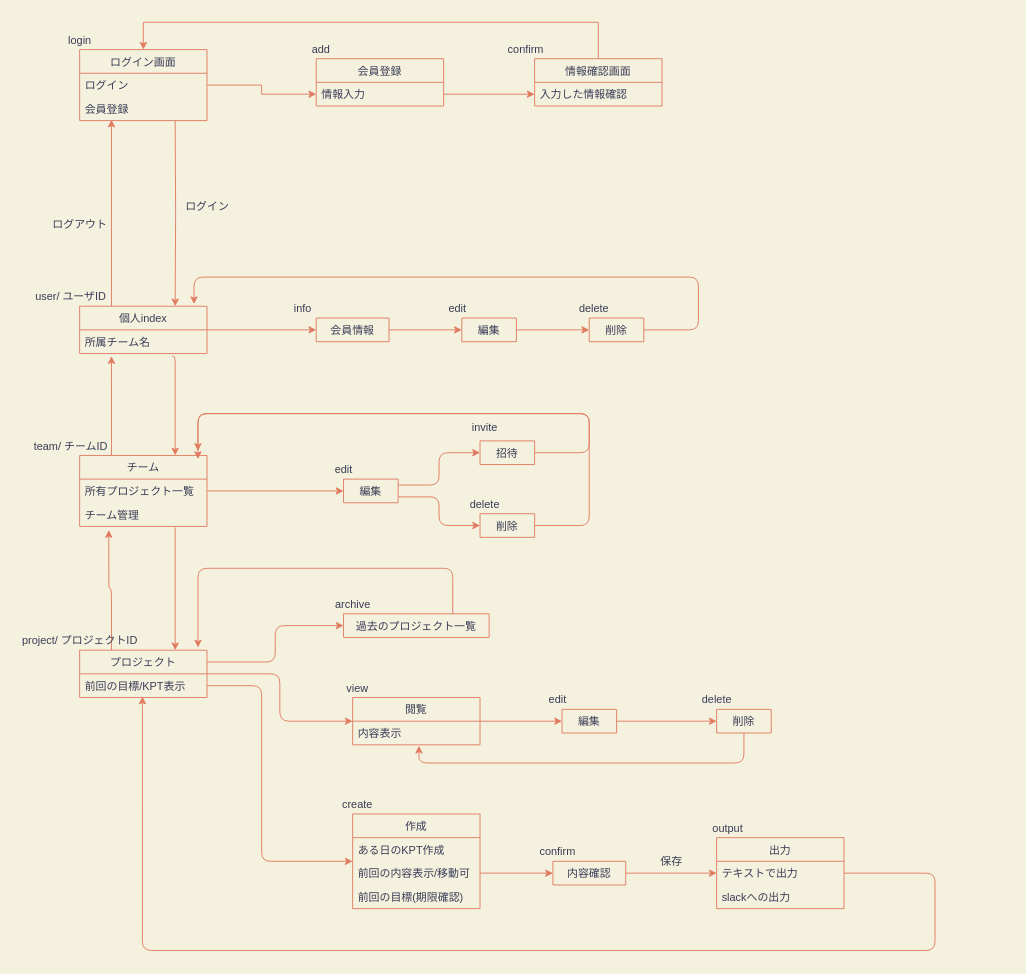
nanas773/kpt-design keeps this draw.io diagram as screen_transition.drawio. Above is the earlier version. Source tidied: cells renumbered, new cells numbered last; positions are measured from the earlier drawing's top-left corner, leaving out a move shared by most shapes. Both pictures are drawn from the tidied source at 91%, with x=0, y=0 at pixel (15, 22).
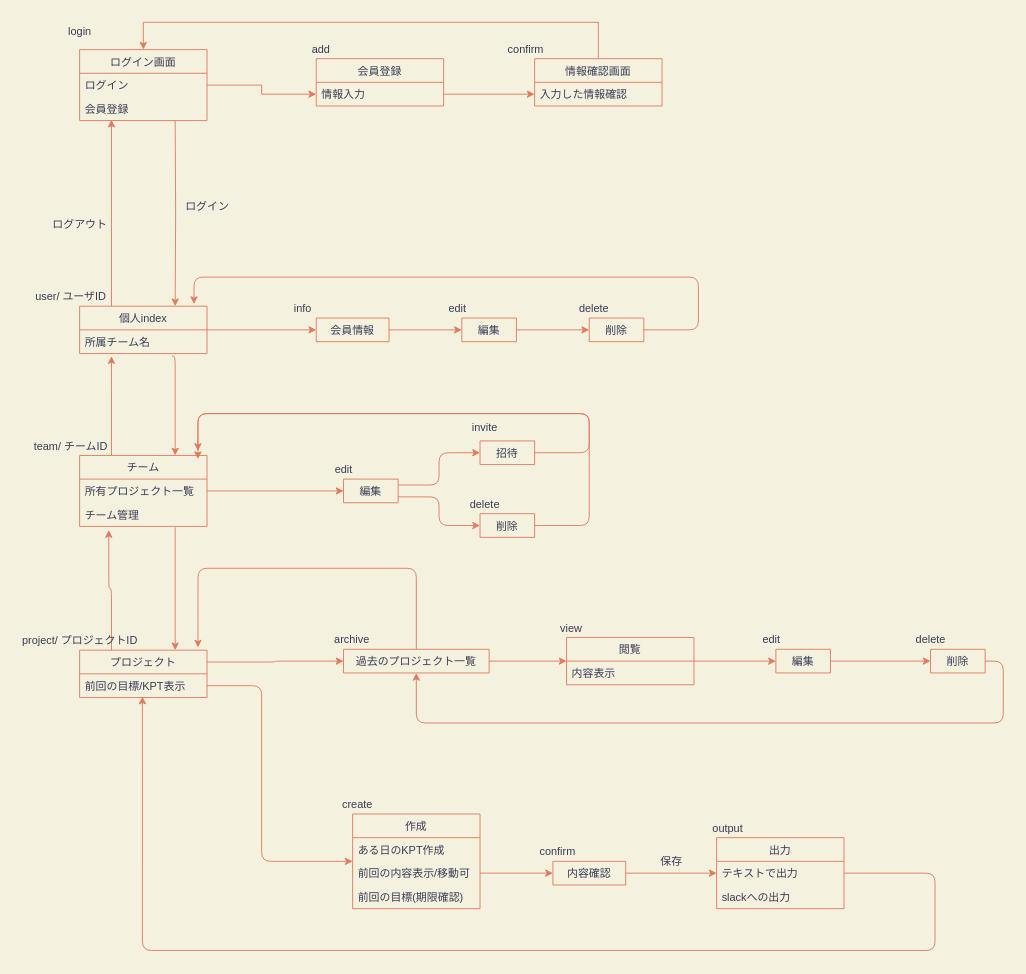
After the change.

Commit message:
Fix: プロジェクトのview, edit, deleteをarchive配下に変更

The change refers to these unchanged cells:
```xml
<mxCell id="21" value="プロジェクト" style="swimlane;fontStyle=0;horizontal=1;startSize=26;fillColor=none;strokeColor=#E07A5F;fontColor=#393C56;" parent="1" vertex="1">
  <mxGeometry x="70" y="690" width="140" height="52" as="geometry" />
</mxCell>
<mxCell id="32" value="内容表示" style="text;strokeColor=none;fillColor=none;align=left;verticalAlign=top;spacingLeft=4;spacingRight=4;overflow=hidden;points=[[0,0.5],[1,0.5]];portConstraint=eastwest;fontColor=#393C56;" parent="31" vertex="1">
  <mxGeometry y="26" width="140" height="26" as="geometry" />
</mxCell>
```

Change to the diagram source:
```diff
@@
-    <mxCell id="19" style="edgeStyle=orthogonalEdgeStyle;curved=0;rounded=1;sketch=0;jettySize=auto;html=1;exitX=1;exitY=0.5;exitDx=0;exitDy=0;entryX=0;entryY=0.5;entryDx=0;entryDy=0;strokeColor=#E07A5F;fillColor=#F2CC8F;fontColor=#393C56;labelBackgroundColor=#F4F1DE;" parent="1" edge="1" source="21" target="31">
-      <mxGeometry relative="1" as="geometry" />
-    </mxCell>
@@
     <mxCell id="29" value="編集" style="swimlane;fontStyle=0;horizontal=1;startSize=26;fillColor=none;strokeColor=#E07A5F;fontColor=#393C56;" parent="1" vertex="1" collapsed="1">
-      <mxGeometry x="600.1" y="755" width="60" height="26" as="geometry" />
+      <mxGeometry x="835.1" y="689" width="60" height="26" as="geometry" />
     </mxCell>
@@
     <mxCell id="31" value="閲覧" style="swimlane;fontStyle=0;horizontal=1;startSize=26;fillColor=none;strokeColor=#E07A5F;fontColor=#393C56;" parent="1" vertex="1">
-      <mxGeometry x="370" y="742" width="140" height="52" as="geometry" />
+      <mxGeometry x="605.1" y="676" width="140" height="52" as="geometry" />
     </mxCell>
@@
-    <mxCell id="33" style="edgeStyle=orthogonalEdgeStyle;curved=0;rounded=1;sketch=0;jettySize=auto;html=1;exitX=0.5;exitY=1;exitDx=0;exitDy=0;entryX=0.521;entryY=1.038;entryDx=0;entryDy=0;entryPerimeter=0;strokeColor=#E07A5F;fillColor=#F2CC8F;fontColor=#393C56;labelBackgroundColor=#F4F1DE;" parent="1" edge="1" source="34" target="32">
-      <mxGeometry relative="1" as="geometry" />
-    </mxCell>
+    <mxCell id="85" style="edgeStyle=orthogonalEdgeStyle;curved=0;rounded=1;sketch=0;jettySize=auto;html=1;exitX=1;exitY=0.5;exitDx=0;exitDy=0;entryX=0.5;entryY=1;entryDx=0;entryDy=0;strokeColor=#E07A5F;fillColor=#F2CC8F;fontColor=#393C56;" parent="1" edge="1" source="34" target="43">
+      <mxGeometry relative="1" as="geometry">
+        <Array as="points">
+          <mxPoint x="1085" y="702" />
+          <mxPoint x="1085" y="770" />
+          <mxPoint x="440" y="770" />
+        </Array>
+      </mxGeometry>
+    </mxCell>
     <mxCell id="34" value="削除" style="swimlane;fontStyle=0;horizontal=1;startSize=26;fillColor=none;strokeColor=#E07A5F;fontColor=#393C56;" parent="1" vertex="1" collapsed="1">
-      <mxGeometry x="770" y="755" width="60" height="26" as="geometry" />
+      <mxGeometry x="1005.1" y="689" width="60" height="26" as="geometry" />
     </mxCell>
@@
-    <mxCell id="42" style="edgeStyle=orthogonalEdgeStyle;curved=0;rounded=1;sketch=0;jettySize=auto;html=1;exitX=0.75;exitY=0;exitDx=0;exitDy=0;entryX=0.929;entryY=-0.058;entryDx=0;entryDy=0;entryPerimeter=0;strokeColor=#E07A5F;fillColor=#F2CC8F;fontColor=#393C56;labelBackgroundColor=#F4F1DE;" parent="1" edge="1" source="43" target="21">
+    <mxCell id="42" style="edgeStyle=orthogonalEdgeStyle;curved=0;rounded=1;sketch=0;jettySize=auto;html=1;exitX=0.5;exitY=0;exitDx=0;exitDy=0;entryX=0.929;entryY=-0.058;entryDx=0;entryDy=0;entryPerimeter=0;strokeColor=#E07A5F;fillColor=#F2CC8F;fontColor=#393C56;labelBackgroundColor=#F4F1DE;" parent="1" edge="1" source="43" target="21">
       <mxGeometry relative="1" as="geometry">
         <Array as="points">
-          <mxPoint x="480" y="600" />
+          <mxPoint x="440" y="600" />
           <mxPoint x="200" y="600" />
         </Array>
       </mxGeometry>
     </mxCell>
+    <mxCell id="86" style="edgeStyle=orthogonalEdgeStyle;curved=0;rounded=1;sketch=0;jettySize=auto;html=1;exitX=1;exitY=0.5;exitDx=0;exitDy=0;entryX=0;entryY=0.5;entryDx=0;entryDy=0;strokeColor=#E07A5F;fillColor=#F2CC8F;fontColor=#393C56;" parent="1" edge="1" source="43" target="31">
+      <mxGeometry relative="1" as="geometry" />
+    </mxCell>
     <mxCell id="43" value="過去のプロジェクト一覧" style="swimlane;fontStyle=0;horizontal=1;startSize=26;fillColor=none;rounded=0;sketch=0;strokeColor=#E07A5F;fontColor=#393C56;" parent="1" vertex="1" collapsed="1">
-      <mxGeometry x="360" y="650" width="160" height="26" as="geometry" />
+      <mxGeometry x="360" y="689" width="160" height="26" as="geometry" />
     </mxCell>
@@
     <mxCell id="66" value="login" style="text;html=1;align=center;verticalAlign=middle;fontColor=#393C56;" parent="1" vertex="1">
-      <mxGeometry x="50" y="10" width="40" height="20" as="geometry" />
+      <mxGeometry x="50" width="40" height="20" as="geometry" />
     </mxCell>
@@
     <mxCell id="73" value="archive" style="text;html=1;align=center;verticalAlign=middle;fontColor=#393C56;" parent="1" vertex="1">
-      <mxGeometry x="345" y="630" width="50" height="20" as="geometry" />
+      <mxGeometry x="344" y="669" width="50" height="20" as="geometry" />
     </mxCell>
@@
     <mxCell id="78" value="view" style="text;html=1;align=center;verticalAlign=middle;fontColor=#393C56;" parent="1" vertex="1">
-      <mxGeometry x="355" y="722" width="40" height="20" as="geometry" />
+      <mxGeometry x="590.1" y="656" width="40" height="20" as="geometry" />
     </mxCell>
     <mxCell id="79" value="edit" style="text;html=1;align=center;verticalAlign=middle;fontColor=#393C56;" parent="1" vertex="1">
-      <mxGeometry x="580.1" y="735" width="30" height="20" as="geometry" />
+      <mxGeometry x="815.1" y="669" width="30" height="20" as="geometry" />
     </mxCell>
     <mxCell id="80" value="delete" style="text;html=1;align=center;verticalAlign=middle;fontColor=#393C56;" parent="1" vertex="1">
-      <mxGeometry x="745" y="735" width="50" height="20" as="geometry" />
+      <mxGeometry x="980.1" y="669" width="50" height="20" as="geometry" />
     </mxCell>
```
